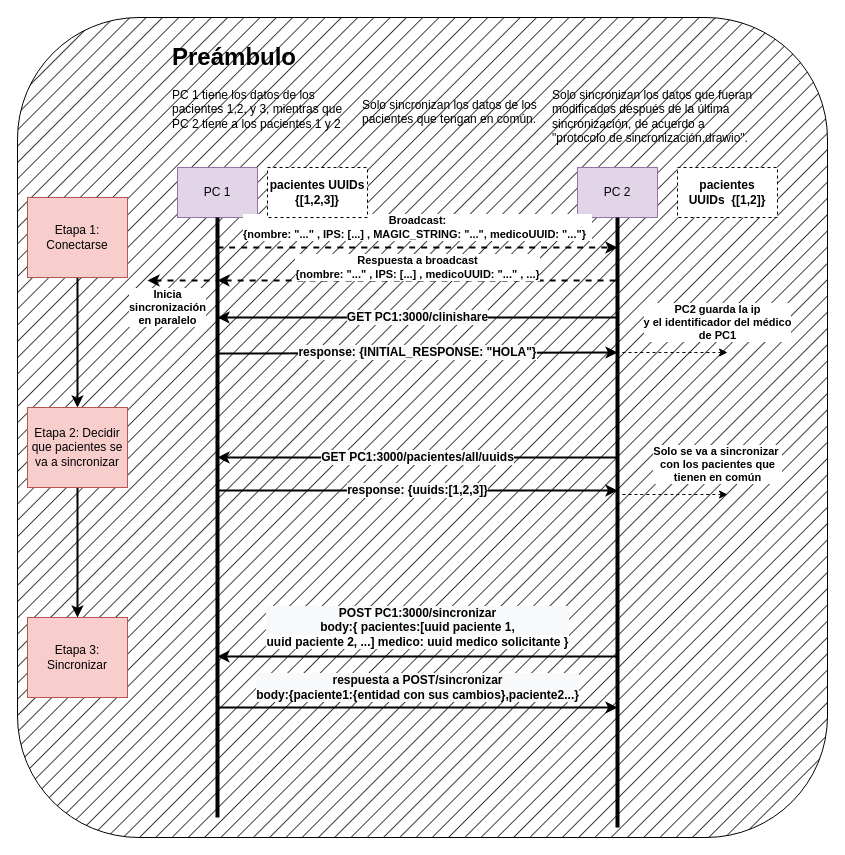
Before: documentación/presentacion 3er sprint/clinishare etapas de sincronizacion con metodos.drawio in jonathanc0101/CliniShare, a draw.io diagram. Source tidied: cells renumbered, new cells numbered last; positions are measured from the earlier drawing's top-left corner, leaving out a move shared by most shapes. Both pictures are drawn from the tidied source at 100%, with x=0, y=0 at pixel (17, 17).
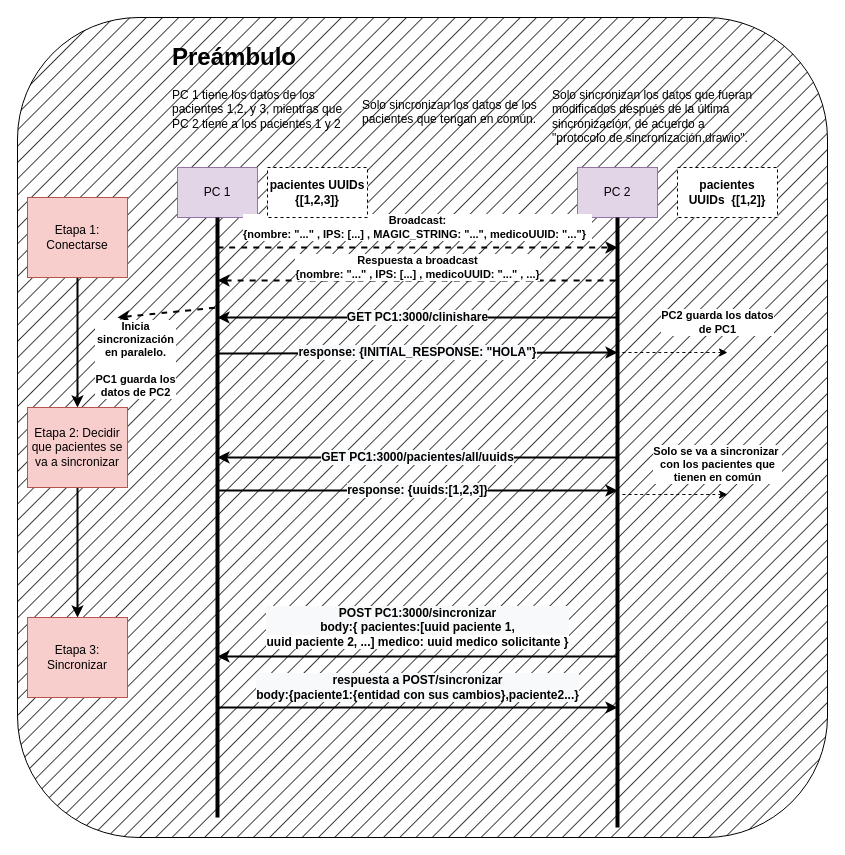
After the change.

Change to the diagram source:
```diff
@@
-    <mxCell id="21" value="Inicia &lt;br&gt;sincronización&lt;br&gt;en paralelo" style="curved=1;endArrow=none;html=1;rounded=0;fontStyle=1;dashed=1;startArrow=classic;startFill=1;endFill=0;strokeWidth=2;" parent="1" edge="1">
-      <mxGeometry x="-0.43" y="-27" relative="1" as="geometry">
-        <mxPoint x="130" y="263" as="sourcePoint" />
-        <mxPoint x="200" y="263" as="targetPoint" />
+    <mxCell id="21" value="Inicia &lt;br&gt;sincronización&lt;br&gt;en paralelo.&lt;br&gt;&lt;br&gt;PC1 guarda los&lt;br&gt;datos de PC2" style="curved=1;endArrow=none;html=1;rounded=0;fontStyle=1;dashed=1;startArrow=classic;startFill=1;endFill=0;strokeWidth=2;" parent="1" edge="1">
+      <mxGeometry x="-0.72" y="-44" relative="1" as="geometry">
+        <mxPoint x="100" y="300" as="sourcePoint" />
+        <mxPoint x="200" y="290" as="targetPoint" />
       </mxGeometry>
     </mxCell>
-    <mxCell id="22" value="PC2 guarda la ip&lt;br&gt;y el identificador del médico&lt;br&gt;de PC1" style="curved=1;endArrow=none;html=1;rounded=0;fontStyle=1;dashed=1;startArrow=classic;startFill=1;endFill=0;" parent="1" edge="1">
+    <mxCell id="22" value="PC2 guarda los datos&lt;br&gt;de PC1" style="curved=1;endArrow=none;html=1;rounded=0;fontStyle=1;dashed=1;startArrow=classic;startFill=1;endFill=0;" parent="1" edge="1">
       <mxGeometry x="-0.82" y="-30" relative="1" as="geometry">
         <mxPoint x="710" y="335" as="sourcePoint" />
         <mxPoint x="600" y="335" as="targetPoint" />
       </mxGeometry>
     </mxCell>
```
